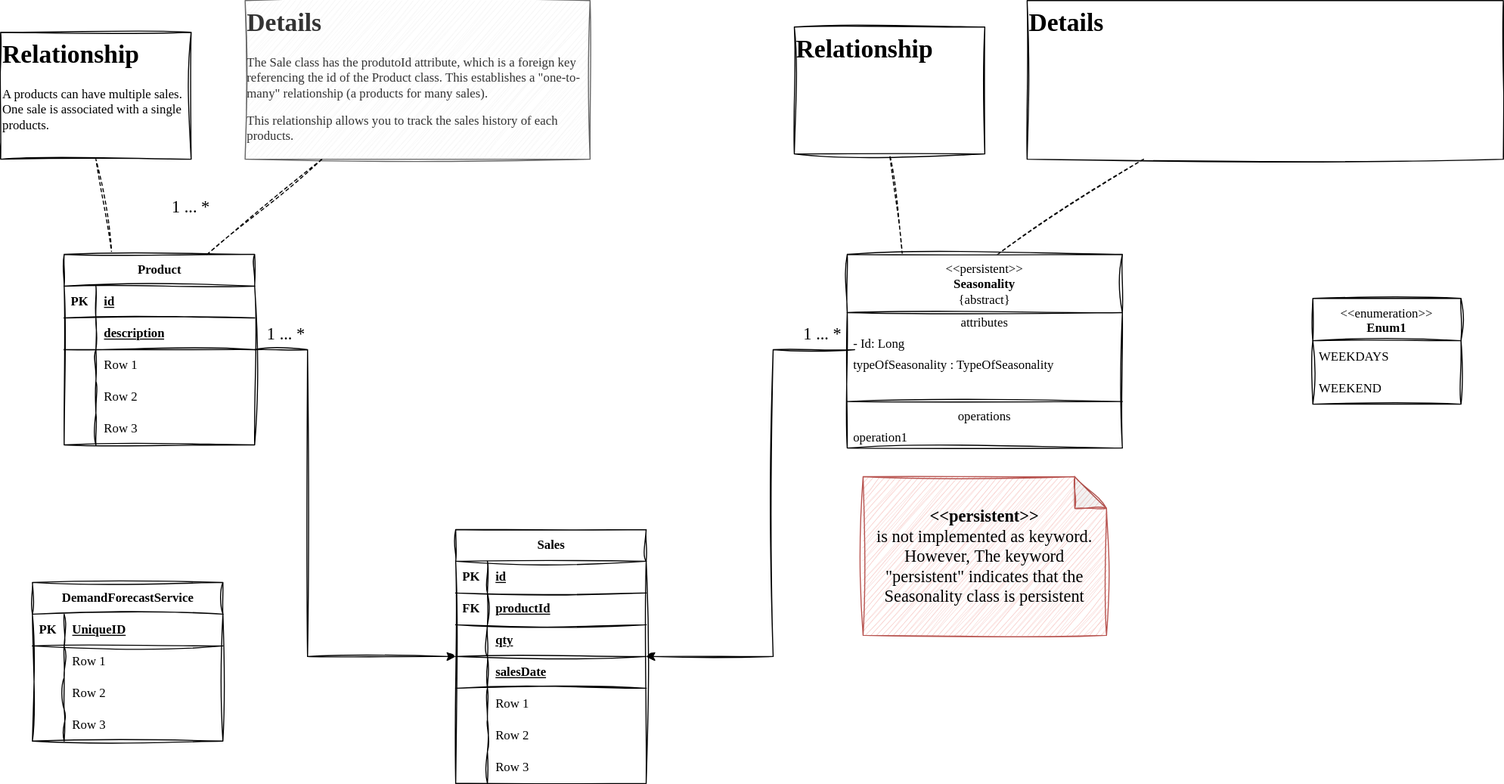
Before: StockWise.drawio.svg, a diagram exported from draw.io (sergio-oliveira-br/StockWise). Source tidied: cells renumbered, new cells last; positions are measured from the earlier drawing's top-left corner, leaving out a move shared by most shapes.
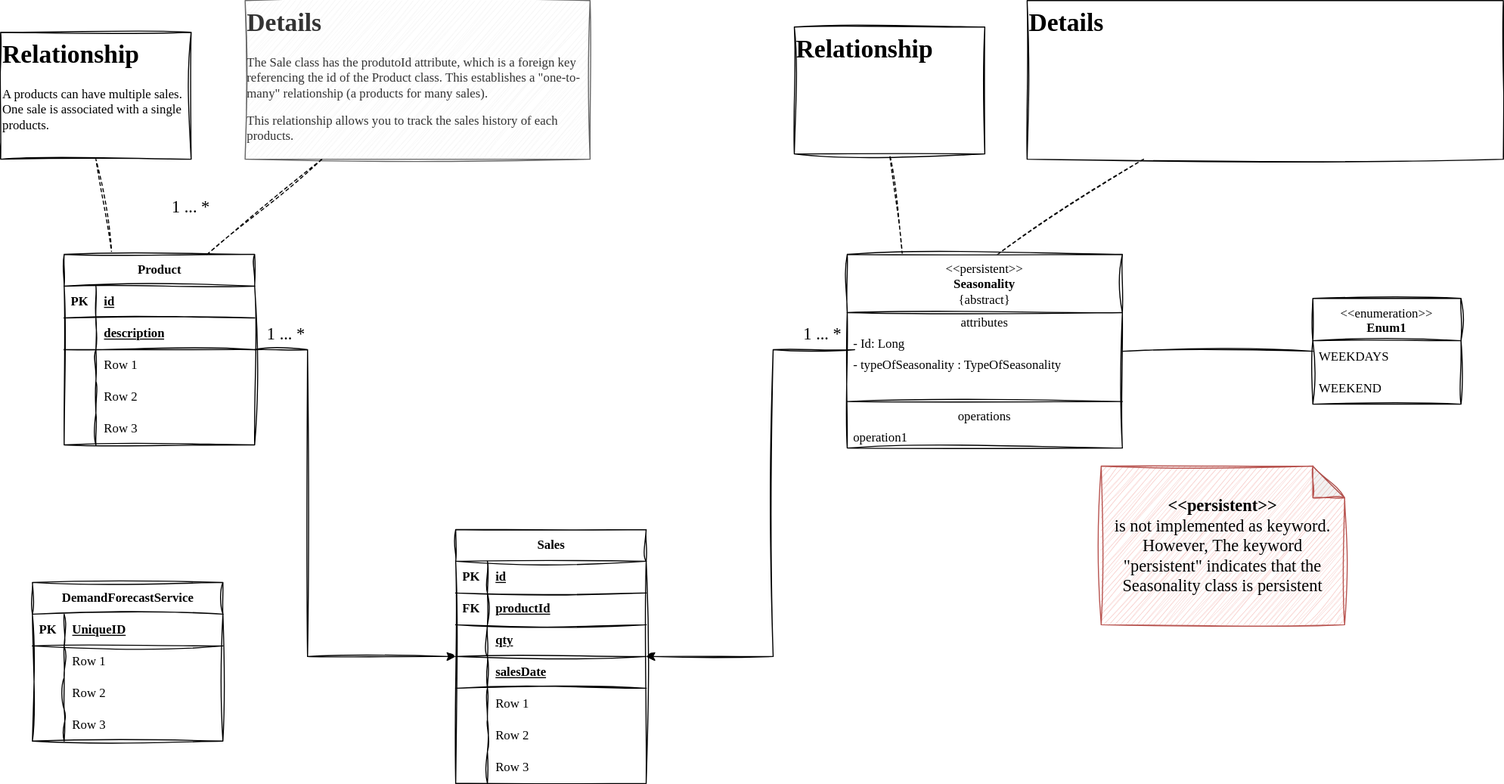
Later version of the same file.

What changed in the source:
```diff
@@ -209,6 +209,9 @@
     <mxCell id="65" value="1 ... *" style="text;html=1;align=center;verticalAlign=middle;whiteSpace=wrap;rounded=0;fontFamily=Architects Daughter;fontSource=https%3A%2F%2Ffonts.googleapis.com%2Fcss%3Ffamily%3DArchitects%2BDaughter;fontSize=16;" parent="1" vertex="1">
       <mxGeometry x="747" y="300" width="60" height="30" as="geometry" />
     </mxCell>
+    <mxCell id="78" style="edgeStyle=orthogonalEdgeStyle;rounded=0;sketch=1;hachureGap=4;jiggle=2;curveFitting=1;jettySize=auto;html=1;fontFamily=Architects Daughter;fontSource=https%3A%2F%2Ffonts.googleapis.com%2Fcss%3Ffamily%3DArchitects%2BDaughter;endArrow=none;startFill=0;" parent="1" edge="1" source="66" target="74">
+      <mxGeometry relative="1" as="geometry" />
+    </mxCell>
     <mxCell id="66" value="&lt;div&gt;&amp;lt;&amp;lt;persistent&amp;gt;&amp;gt;&lt;br&gt;&lt;/div&gt;&lt;b&gt;Seasonality&lt;/b&gt;&lt;br&gt;{abstract}" style="swimlane;fontStyle=0;align=center;verticalAlign=top;horizontal=1;startSize=55;html=1;whiteSpace=wrap;sketch=1;hachureGap=4;jiggle=2;curveFitting=1;fontFamily=Architects Daughter;fontSource=https%3A%2F%2Ffonts.googleapis.com%2Fcss%3Ffamily%3DArchitects%2BDaughter;" parent="1" vertex="1">
       <mxGeometry x="800" y="240" width="260" height="183" as="geometry" />
     </mxCell>
@@ -218,7 +221,7 @@
     <mxCell id="68" value="- Id: Long" style="text;html=1;strokeColor=none;fillColor=none;align=left;verticalAlign=middle;spacingLeft=4;spacingRight=4;overflow=hidden;whiteSpace=wrap;fontFamily=Architects Daughter;fontSource=https%3A%2F%2Ffonts.googleapis.com%2Fcss%3Ffamily%3DArchitects%2BDaughter;" parent="66" vertex="1">
       <mxGeometry y="75" width="260" height="20" as="geometry" />
     </mxCell>
-    <mxCell id="69" value="typeOfSeasonality : TypeOfSeasonality" style="text;html=1;strokeColor=none;fillColor=none;align=left;verticalAlign=middle;spacingLeft=4;spacingRight=4;overflow=hidden;whiteSpace=wrap;fontFamily=Architects Daughter;fontSource=https%3A%2F%2Ffonts.googleapis.com%2Fcss%3Ffamily%3DArchitects%2BDaughter;" parent="66" vertex="1">
+    <mxCell id="69" value="- typeOfSeasonality : TypeOfSeasonality" style="text;html=1;strokeColor=none;fillColor=none;align=left;verticalAlign=middle;spacingLeft=4;spacingRight=4;overflow=hidden;whiteSpace=wrap;fontFamily=Architects Daughter;fontSource=https%3A%2F%2Ffonts.googleapis.com%2Fcss%3Ffamily%3DArchitects%2BDaughter;" parent="66" vertex="1">
       <mxGeometry y="95" width="260" height="20" as="geometry" />
     </mxCell>
     <mxCell id="70" style="text;html=1;strokeColor=none;fillColor=none;align=left;verticalAlign=middle;spacingLeft=4;spacingRight=4;overflow=hidden;fontColor=#808080;whiteSpace=wrap;fontFamily=Architects Daughter;fontSource=https%3A%2F%2Ffonts.googleapis.com%2Fcss%3Ffamily%3DArchitects%2BDaughter;" parent="66" vertex="1">
@@ -243,7 +246,7 @@
       <mxGeometry y="70" width="140" height="30" as="geometry" />
     </mxCell>
     <mxCell id="77" value="&lt;span style=&quot;text-align: start; font-size: medium;&quot;&gt;&lt;b&gt;&amp;lt;&amp;lt;persistent&amp;gt;&amp;gt;&lt;/b&gt;&lt;/span&gt;&lt;div&gt;&lt;span style=&quot;text-align: start; font-size: medium;&quot;&gt;is not implemented as keyword. However,&amp;nbsp;&lt;/span&gt;&lt;font size=&quot;3&quot;&gt;The keyword &quot;persistent&quot; indicates that the Seasonality class is persistent&lt;/font&gt;&lt;/div&gt;" style="shape=note;whiteSpace=wrap;html=1;backgroundOutline=1;darkOpacity=0.05;sketch=1;hachureGap=4;jiggle=2;curveFitting=1;fontFamily=Architects Daughter;fontSource=https%3A%2F%2Ffonts.googleapis.com%2Fcss%3Ffamily%3DArchitects%2BDaughter;fillColor=#f8cecc;strokeColor=#b85450;" parent="1" vertex="1">
-      <mxGeometry x="815" y="450" width="230" height="150" as="geometry" />
+      <mxGeometry x="1040" y="440" width="230" height="150" as="geometry" />
     </mxCell>
   </root>
 </mxGraphModel>
```
